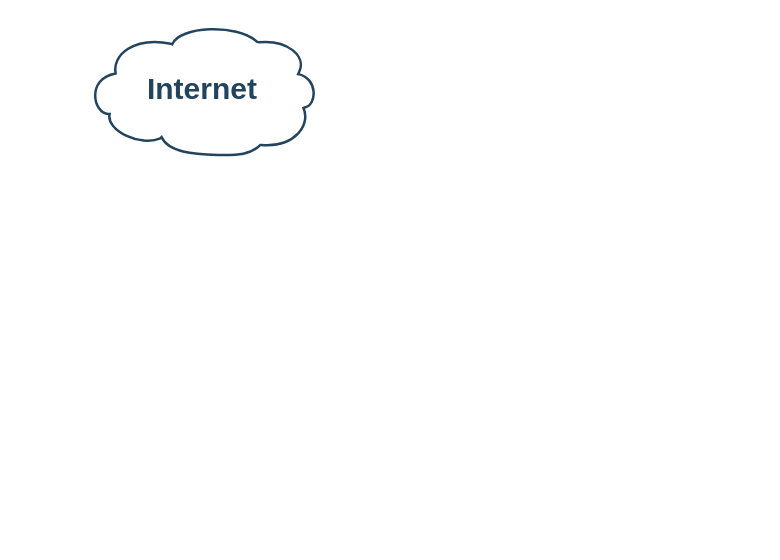
This is Untitled Diagram.drawio from FluffyTrooper2001/flippy-floppy, a draw.io file, before an edit. Source tidied: cells renumbered, new cells numbered last; positions are measured from the earlier drawing's top-left corner, leaving out a move shared by most shapes. Both pictures are drawn from the tidied source at 125%, with x=0, y=0 at pixel (85, 22).
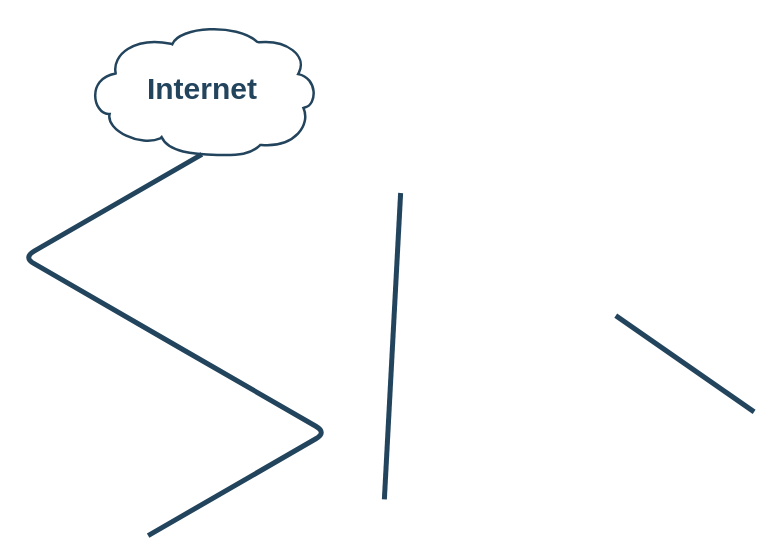
The same page after the edit.

Commit message:
made bloddy squigle line

Diff of the diagram source:
```diff
@@
 <mxGraphModel>
   <root>
     <mxCell id="0" />
     <mxCell id="1" parent="0" />
     <mxCell id="2" value="Internet" style="shape=mxgraph.cisco.storage.cloud;html=1;dashed=0;strokeColor=#23445D;fillColor=#ffffff;strokeWidth=2;fontFamily=Helvetica;fontSize=24;fontColor=#23445D;align=center;fontStyle=1;" parent="1" vertex="1">
       <mxGeometry width="186" height="106" as="geometry" />
     </mxCell>
+    <mxCell id="3" style="elbow=horizontal;endArrow=none;html=1;strokeColor=#23445D;endFill=0;strokeWidth=4;rounded=1;" parent="1" edge="1">
+      <mxGeometry relative="1" as="geometry">
+        <mxPoint x="534.8" y="311" as="sourcePoint" />
+        <mxPoint x="424.1" y="234" as="targetPoint" />
+      </mxGeometry>
+    </mxCell>
+    <mxCell id="4" style="elbow=horizontal;endArrow=none;html=1;strokeColor=#23445D;endFill=0;strokeWidth=4;rounded=1;entryX=0.5;entryY=0.99;entryDx=0;entryDy=0;entryPerimeter=0;" parent="1" edge="1">
+      <mxGeometry relative="1" as="geometry">
+        <mxPoint x="239" y="381" as="sourcePoint" />
+        <mxPoint x="252" y="135.9" as="targetPoint" />
+      </mxGeometry>
+    </mxCell>
+    <mxCell id="5" style="edgeStyle=isometricEdgeStyle;endArrow=none;html=1;entryX=0.5;entryY=0.99;entryDx=0;entryDy=0;entryPerimeter=0;strokeColor=#23445D;strokeWidth=4;" parent="1" edge="1" target="2">
+      <mxGeometry relative="1" as="geometry">
+        <mxPoint x="50" y="410" as="sourcePoint" />
+      </mxGeometry>
+    </mxCell>
   </root>
 </mxGraphModel>
```
